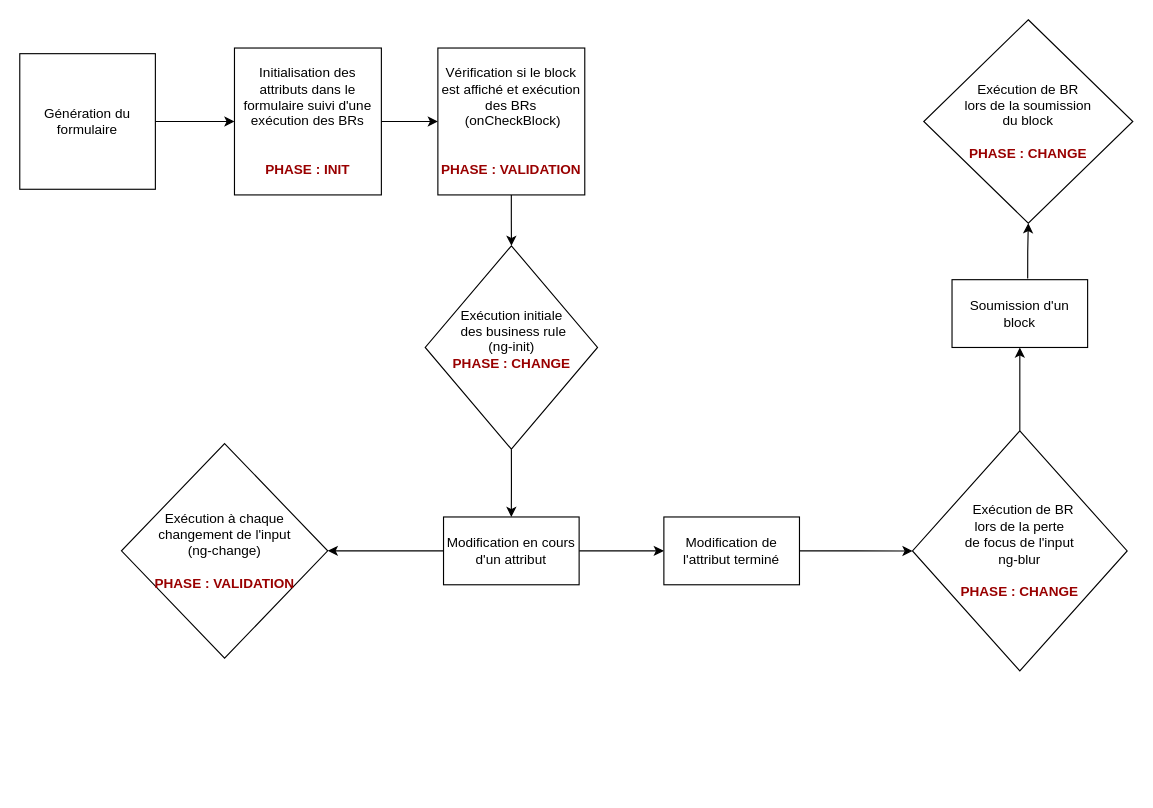
Above: Diagramme sans nom.drawio in KorentinDuquenne/OuinOuinAPI (draw.io), before the change. Source tidied: cells renumbered, new cells numbered last; positions are measured from the earlier drawing's top-left corner, leaving out a move shared by most shapes. Both pictures are drawn from the tidied source at 113%, with x=0, y=0 at pixel (19, 19).
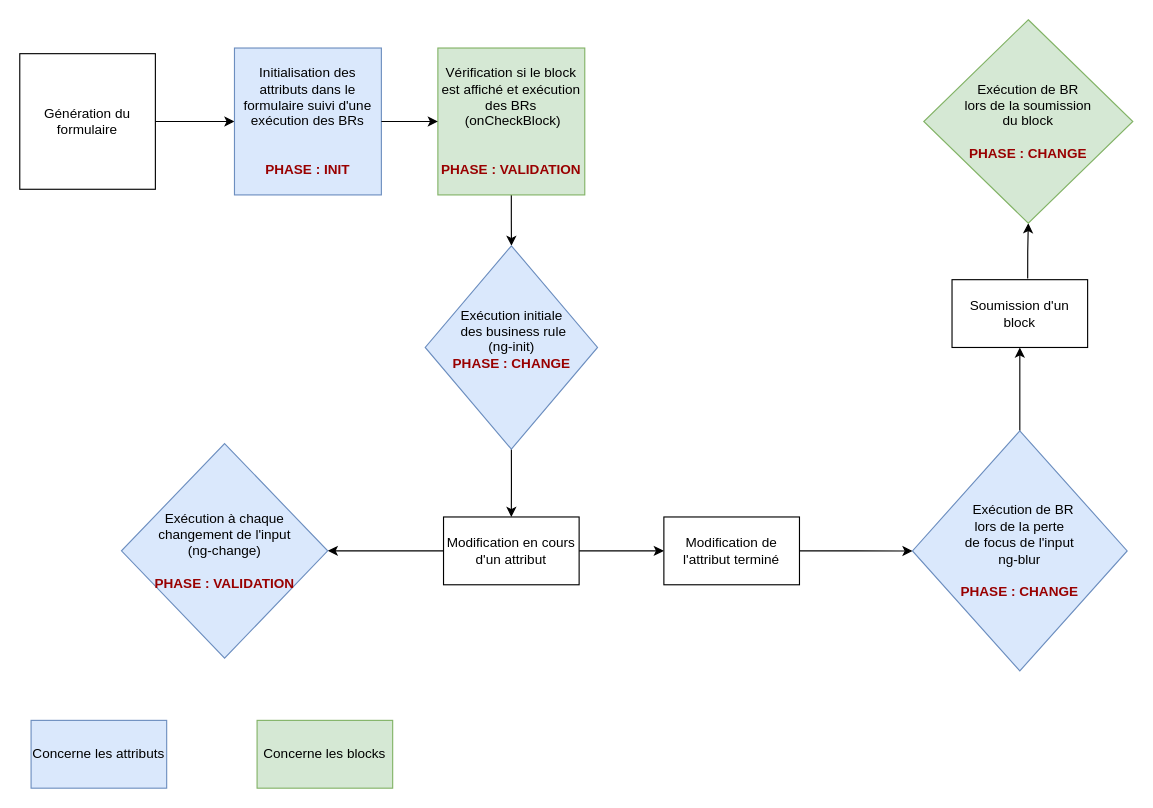
The same page after the edit.

Commit message:
Mettre à jour Diagramme sans nom.drawio

Diff of the diagram source:
```diff
@@
-    <mxCell id="4" value="Initialisation des attributs dans le formulaire suivi d'une exécution des BRs&lt;br&gt;&lt;br&gt;&lt;br&gt;&lt;b&gt;&lt;font color=&quot;#990000&quot;&gt;PHASE : INIT&lt;/font&gt;&lt;/b&gt;" style="whiteSpace=wrap;html=1;" parent="1" vertex="1">
+    <mxCell id="4" value="Initialisation des attributs dans le formulaire suivi d'une exécution des BRs&lt;br&gt;&lt;br&gt;&lt;br&gt;&lt;b&gt;&lt;font color=&quot;#990000&quot;&gt;PHASE : INIT&lt;/font&gt;&lt;/b&gt;" style="whiteSpace=wrap;html=1;fillColor=#dae8fc;strokeColor=#6c8ebf;" parent="1" vertex="1">
       <mxGeometry x="190" y="25" width="130" height="130" as="geometry" />
     </mxCell>
@@
-    <mxCell id="6" value="Vérification si le block est affiché et exécution des BRs&lt;br&gt;&amp;nbsp;(onCheckBlock)&lt;br&gt;&lt;br&gt;&lt;br&gt;&lt;font color=&quot;#990000&quot;&gt;&lt;b&gt;PHASE : VALIDATION&lt;/b&gt;&lt;/font&gt;" style="whiteSpace=wrap;html=1;" parent="1" vertex="1">
+    <mxCell id="6" value="Vérification si le block est affiché et exécution des BRs&lt;br&gt;&amp;nbsp;(onCheckBlock)&lt;br&gt;&lt;br&gt;&lt;br&gt;&lt;font color=&quot;#990000&quot;&gt;&lt;b&gt;PHASE : VALIDATION&lt;/b&gt;&lt;/font&gt;" style="whiteSpace=wrap;html=1;fillColor=#d5e8d4;strokeColor=#82b366;" parent="1" vertex="1">
       <mxGeometry x="370" y="25" width="130" height="130" as="geometry" />
     </mxCell>
@@
-    <mxCell id="9" value="Exécution initiale&lt;br&gt;&amp;nbsp;des business rule&lt;br&gt;(ng-init)&lt;br&gt;&lt;font color=&quot;#990000&quot;&gt;&lt;b&gt;PHASE :&amp;nbsp;CHANGE&lt;/b&gt;&lt;/font&gt;&lt;br&gt;&amp;nbsp;" style="rhombus;whiteSpace=wrap;html=1;" parent="1" vertex="1">
+    <mxCell id="9" value="Exécution initiale&lt;br&gt;&amp;nbsp;des business rule&lt;br&gt;(ng-init)&lt;br&gt;&lt;font color=&quot;#990000&quot;&gt;&lt;b&gt;PHASE :&amp;nbsp;CHANGE&lt;/b&gt;&lt;/font&gt;&lt;br&gt;&amp;nbsp;" style="rhombus;whiteSpace=wrap;html=1;fillColor=#dae8fc;strokeColor=#6c8ebf;" parent="1" vertex="1">
       <mxGeometry x="358.8" y="200" width="152.5" height="180" as="geometry" />
     </mxCell>
@@
-    <mxCell id="13" value="&lt;font color=&quot;#000000&quot;&gt;Exécution à chaque &lt;/font&gt;&lt;br&gt;&lt;font color=&quot;#000000&quot;&gt;changement de l'input&lt;/font&gt;&lt;br&gt;&lt;font color=&quot;#000000&quot;&gt;(ng-change)&lt;/font&gt;&lt;br&gt;&lt;br&gt;&lt;b&gt;PHASE : VALIDATION&lt;/b&gt;" style="rhombus;whiteSpace=wrap;html=1;fontColor=#990000;" parent="1" vertex="1">
+    <mxCell id="13" value="&lt;font color=&quot;#000000&quot;&gt;Exécution à chaque &lt;/font&gt;&lt;br&gt;&lt;font color=&quot;#000000&quot;&gt;changement de l'input&lt;/font&gt;&lt;br&gt;&lt;font color=&quot;#000000&quot;&gt;(ng-change)&lt;/font&gt;&lt;br&gt;&lt;br&gt;&lt;b&gt;&lt;font color=&quot;#990000&quot;&gt;PHASE : VALIDATION&lt;/font&gt;&lt;/b&gt;" style="rhombus;whiteSpace=wrap;html=1;fillColor=#dae8fc;strokeColor=#6c8ebf;" parent="1" vertex="1">
       <mxGeometry x="90" y="375" width="182.5" height="190" as="geometry" />
     </mxCell>
@@
-    <mxCell id="17" value="&lt;font color=&quot;#000000&quot;&gt;&amp;nbsp; Exécution de BR &lt;br&gt;lors de la perte &lt;br&gt;de focus de l'input&lt;/font&gt;&lt;br&gt;&lt;font color=&quot;#000000&quot;&gt;ng-blur&lt;br&gt;&lt;/font&gt;&lt;br&gt;&lt;b&gt;PHASE : CHANGE&lt;/b&gt;" style="rhombus;whiteSpace=wrap;html=1;fontColor=#990000;" parent="1" vertex="1">
+    <mxCell id="17" value="&lt;font color=&quot;#000000&quot;&gt;&amp;nbsp; Exécution de BR &lt;br&gt;lors de la perte &lt;br&gt;de focus de l'input&lt;/font&gt;&lt;br&gt;&lt;font color=&quot;#000000&quot;&gt;ng-blur&lt;br&gt;&lt;/font&gt;&lt;br&gt;&lt;b&gt;&lt;font color=&quot;#990000&quot;&gt;PHASE : CHANGE&lt;/font&gt;&lt;/b&gt;" style="rhombus;whiteSpace=wrap;html=1;fillColor=#dae8fc;strokeColor=#6c8ebf;" parent="1" vertex="1">
       <mxGeometry x="790" y="363.8" width="190" height="212.5" as="geometry" />
     </mxCell>
@@
-    <mxCell id="20" value="&lt;font color=&quot;#000000&quot;&gt;Exécution&amp;nbsp;de BR&lt;/font&gt;&lt;br&gt;&lt;font color=&quot;#000000&quot;&gt;lors de la soumission&lt;/font&gt;&lt;br&gt;&lt;font color=&quot;#000000&quot;&gt;du block&lt;/font&gt;&lt;br&gt;&lt;br&gt;&lt;b&gt;PHASE : CHANGE&lt;/b&gt;" style="rhombus;whiteSpace=wrap;html=1;fontColor=#990000;" parent="1" vertex="1">
+    <mxCell id="20" value="&lt;font color=&quot;#000000&quot;&gt;Exécution&amp;nbsp;de BR&lt;/font&gt;&lt;br&gt;&lt;font color=&quot;#000000&quot;&gt;lors de la soumission&lt;/font&gt;&lt;br&gt;&lt;font color=&quot;#000000&quot;&gt;du block&lt;/font&gt;&lt;br&gt;&lt;br&gt;&lt;b&gt;&lt;font color=&quot;#990000&quot;&gt;PHASE : CHANGE&lt;/font&gt;&lt;/b&gt;" style="rhombus;whiteSpace=wrap;html=1;fillColor=#d5e8d4;strokeColor=#82b366;" parent="1" vertex="1">
       <mxGeometry x="800" width="185" height="180" as="geometry" />
     </mxCell>
+    <mxCell id="21" value="Concerne les attributs" style="whiteSpace=wrap;html=1;fillColor=#dae8fc;strokeColor=#6c8ebf;" parent="1" vertex="1">
+      <mxGeometry x="10" y="620" width="120" height="60" as="geometry" />
+    </mxCell>
+    <mxCell id="22" value="Concerne les blocks" style="whiteSpace=wrap;html=1;fillColor=#d5e8d4;strokeColor=#82b366;" parent="1" vertex="1">
+      <mxGeometry x="210" y="620" width="120" height="60" as="geometry" />
+    </mxCell>
```
